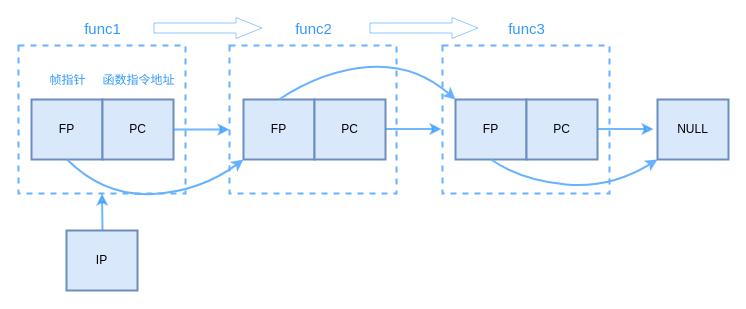
FengyunSky/pic keeps this draw.io diagram as Untitled Diagram.drawio. Above is the earlier version. Source tidied: cells renumbered, new cells numbered last; positions are measured from the earlier drawing's top-left corner, leaving out a move shared by most shapes. Both pictures are drawn from the tidied source at 100%, with x=0, y=0 at pixel (18, 17).
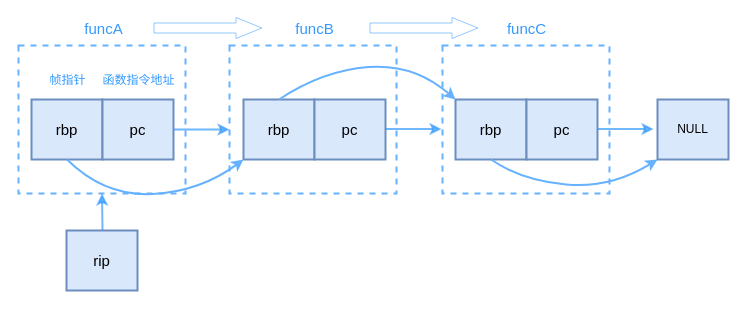
After the change.

Diff of the diagram source:
```diff
@@
-    <mxCell id="3" value="func3" style="text;html=1;align=center;verticalAlign=middle;fontColor=#3399FF;fontSize=15;" parent="1" vertex="1">
-      <mxGeometry x="484.5" width="47" height="22" as="geometry" />
+    <mxCell id="3" value="funcC" style="text;html=1;align=center;verticalAlign=middle;fontColor=#3399FF;fontSize=15;" parent="1" vertex="1">
+      <mxGeometry x="483.5" width="49" height="22" as="geometry" />
     </mxCell>
@@
-    <mxCell id="5" value="func2" style="text;html=1;align=center;verticalAlign=middle;fontColor=#3399FF;fontSize=15;" parent="1" vertex="1">
-      <mxGeometry x="271.5" width="47" height="22" as="geometry" />
+    <mxCell id="5" value="funcB" style="text;html=1;align=center;verticalAlign=middle;fontColor=#3399FF;fontSize=15;" parent="1" vertex="1">
+      <mxGeometry x="271.5" width="48" height="22" as="geometry" />
     </mxCell>
@@
-    <mxCell id="7" value="FP" style="rounded=0;whiteSpace=wrap;html=1;fillColor=#dae8fc;strokeColor=#6c8ebf;strokeWidth=2;" parent="1" vertex="1">
+    <mxCell id="7" value="&lt;font style=&quot;font-size: 15px&quot;&gt;rbp&lt;/font&gt;" style="rounded=0;whiteSpace=wrap;html=1;fillColor=#dae8fc;strokeColor=#6c8ebf;strokeWidth=2;" parent="1" vertex="1">
       <mxGeometry x="13" y="82" width="71" height="60" as="geometry" />
     </mxCell>
-    <mxCell id="8" value="PC" style="rounded=0;whiteSpace=wrap;html=1;fillColor=#dae8fc;strokeColor=#6c8ebf;strokeWidth=2;" parent="1" vertex="1">
+    <mxCell id="8" value="&lt;font style=&quot;font-size: 15px&quot;&gt;pc&lt;/font&gt;" style="rounded=0;whiteSpace=wrap;html=1;fillColor=#dae8fc;strokeColor=#6c8ebf;strokeWidth=2;" parent="1" vertex="1">
       <mxGeometry x="84" y="82" width="71" height="60" as="geometry" />
     </mxCell>
-    <mxCell id="9" value="FP" style="rounded=0;whiteSpace=wrap;html=1;fillColor=#dae8fc;strokeColor=#6c8ebf;strokeWidth=2;" parent="1" vertex="1">
+    <mxCell id="9" value="&lt;font style=&quot;font-size: 15px&quot;&gt;rbp&lt;/font&gt;" style="rounded=0;whiteSpace=wrap;html=1;fillColor=#dae8fc;strokeColor=#6c8ebf;strokeWidth=2;" parent="1" vertex="1">
       <mxGeometry x="225" y="82" width="71" height="60" as="geometry" />
     </mxCell>
-    <mxCell id="10" value="PC" style="rounded=0;whiteSpace=wrap;html=1;fillColor=#dae8fc;strokeColor=#6c8ebf;strokeWidth=2;" parent="1" vertex="1">
+    <mxCell id="10" value="&lt;font style=&quot;font-size: 15px&quot;&gt;pc&lt;/font&gt;" style="rounded=0;whiteSpace=wrap;html=1;fillColor=#dae8fc;strokeColor=#6c8ebf;strokeWidth=2;" parent="1" vertex="1">
       <mxGeometry x="296" y="82" width="71" height="60" as="geometry" />
     </mxCell>
@@
-    <mxCell id="12" value="FP" style="rounded=0;whiteSpace=wrap;html=1;fillColor=#dae8fc;strokeColor=#6c8ebf;strokeWidth=2;" parent="1" vertex="1">
+    <mxCell id="12" value="&lt;font style=&quot;font-size: 15px&quot;&gt;rbp&lt;/font&gt;" style="rounded=0;whiteSpace=wrap;html=1;fillColor=#dae8fc;strokeColor=#6c8ebf;strokeWidth=2;" parent="1" vertex="1">
       <mxGeometry x="437" y="82" width="71" height="60" as="geometry" />
     </mxCell>
-    <mxCell id="13" value="PC" style="rounded=0;whiteSpace=wrap;html=1;fillColor=#dae8fc;strokeColor=#6c8ebf;strokeWidth=2;" parent="1" vertex="1">
+    <mxCell id="13" value="&lt;font style=&quot;font-size: 15px&quot;&gt;pc&lt;/font&gt;" style="rounded=0;whiteSpace=wrap;html=1;fillColor=#dae8fc;strokeColor=#6c8ebf;strokeWidth=2;" parent="1" vertex="1">
       <mxGeometry x="508" y="82" width="71" height="60" as="geometry" />
     </mxCell>
@@
-    <mxCell id="20" value="func1" style="text;html=1;align=center;verticalAlign=middle;fontColor=#3399FF;fontSize=15;" parent="1" vertex="1">
-      <mxGeometry x="60.5" width="47" height="22" as="geometry" />
+    <mxCell id="20" value="funcA" style="text;html=1;align=center;verticalAlign=middle;fontColor=#3399FF;fontSize=15;" parent="1" vertex="1">
+      <mxGeometry x="60.5" width="48" height="22" as="geometry" />
     </mxCell>
@@
-    <mxCell id="26" value="IP" style="rounded=0;whiteSpace=wrap;html=1;fillColor=#dae8fc;strokeColor=#6c8ebf;strokeWidth=2;" parent="1" vertex="1">
+    <mxCell id="26" value="&lt;font style=&quot;font-size: 15px&quot;&gt;rip&lt;/font&gt;" style="rounded=0;whiteSpace=wrap;html=1;fillColor=#dae8fc;strokeColor=#6c8ebf;strokeWidth=2;" parent="1" vertex="1">
       <mxGeometry x="48" y="213" width="71" height="60" as="geometry" />
     </mxCell>
```
